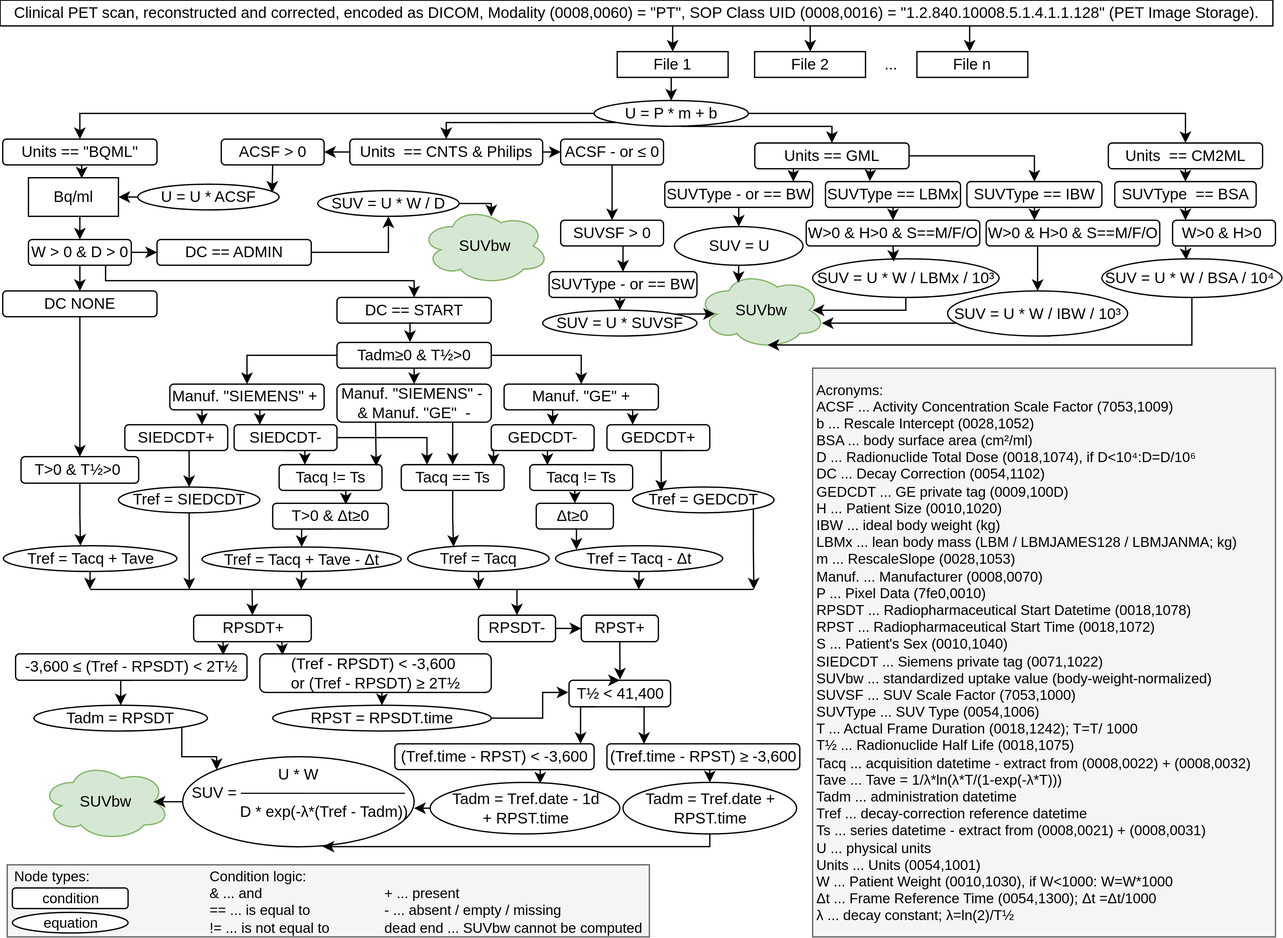
oncoray/suv_computation keeps this draw.io diagram as docs/Suppl_fig_1-SUV_computation_diagram_PET.svg. Above is the earlier version. Source tidied: cells renumbered, new cells last; positions are measured from the earlier drawing's top-left corner, leaving out a move shared by most shapes.
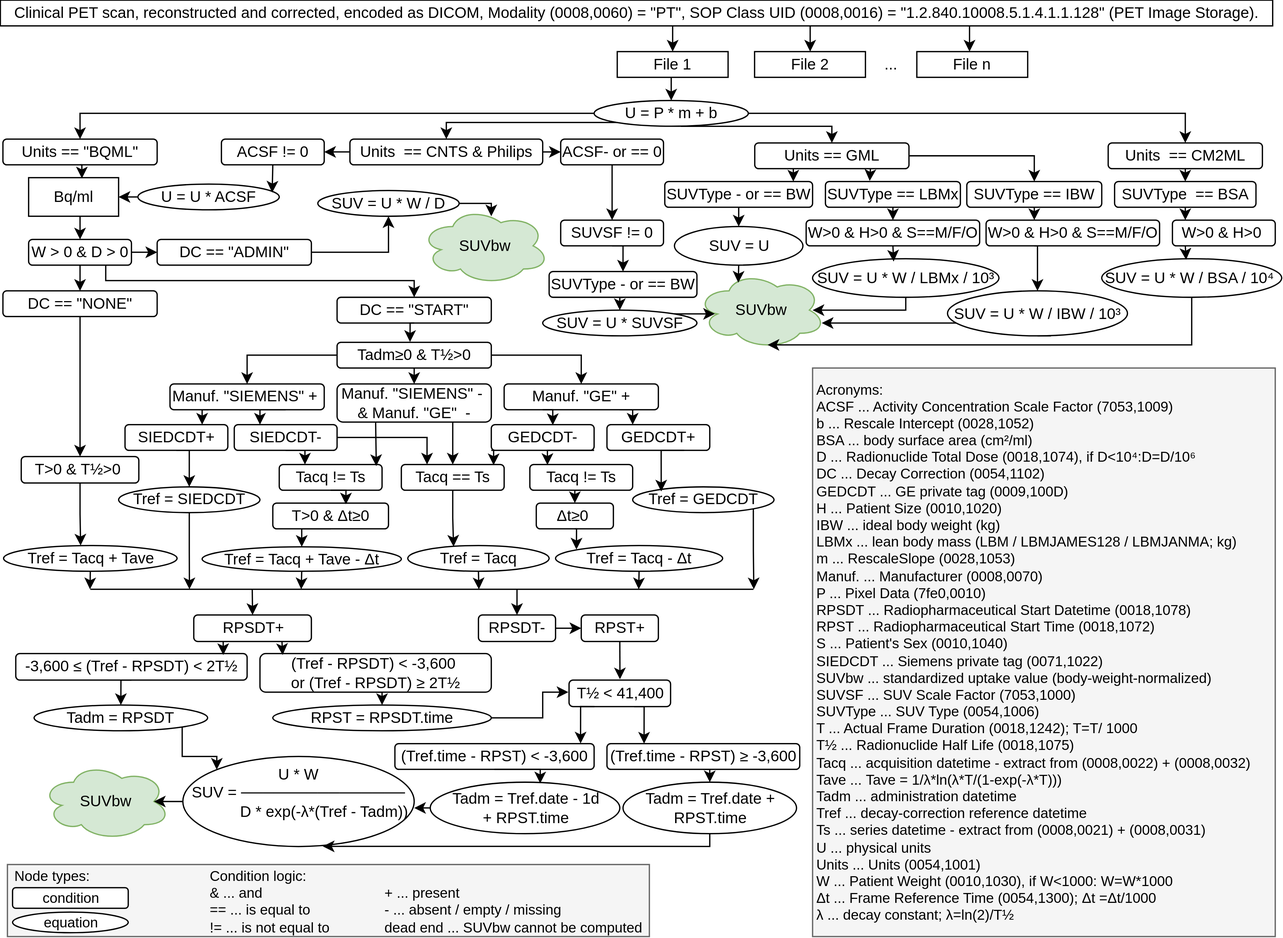
The same diagram one commit later.

Change to the diagram source:
```diff
@@ -34,19 +34,19 @@
     <mxCell id="11" value="Units&amp;nbsp; == CNTS &amp;amp; Philips" style="rounded=1;whiteSpace=wrap;html=1;" parent="1" vertex="1">
       <mxGeometry x="272" y="108" width="150" height="20" as="geometry" />
     </mxCell>
-    <mxCell id="12" value="ACSF &amp;gt; 0" style="rounded=1;whiteSpace=wrap;html=1;" parent="1" vertex="1">
+    <mxCell id="12" value="ACSF != 0" style="rounded=1;whiteSpace=wrap;html=1;" parent="1" vertex="1">
       <mxGeometry x="172" y="108" width="80" height="20" as="geometry" />
     </mxCell>
     <mxCell id="13" style="edgeStyle=orthogonalEdgeStyle;rounded=0;jettySize=auto;html=1;exitX=0.5;exitY=1;exitDx=0;exitDy=0;entryX=0.5;entryY=0;entryDx=0;entryDy=0;" parent="1" edge="1" source="14" target="16">
       <mxGeometry relative="1" as="geometry" />
     </mxCell>
-    <mxCell id="14" value="ACSF - or ≤ 0" style="rounded=1;whiteSpace=wrap;html=1;" parent="1" vertex="1">
+    <mxCell id="14" value="ACSF- or == 0" style="rounded=1;whiteSpace=wrap;html=1;" parent="1" vertex="1">
       <mxGeometry x="436" y="108" width="80" height="20" as="geometry" />
     </mxCell>
     <mxCell id="15" style="edgeStyle=orthogonalEdgeStyle;rounded=0;jettySize=auto;html=1;exitX=0.5;exitY=1;exitDx=0;exitDy=0;entryX=0.5;entryY=0;entryDx=0;entryDy=0;" parent="1" edge="1" source="16" target="113">
       <mxGeometry relative="1" as="geometry" />
     </mxCell>
-    <mxCell id="16" value="SUVSF &amp;gt; 0" style="rounded=1;whiteSpace=wrap;html=1;" parent="1" vertex="1">
+    <mxCell id="16" value="SUVSF != 0" style="rounded=1;whiteSpace=wrap;html=1;" parent="1" vertex="1">
       <mxGeometry x="436" y="171" width="80" height="20" as="geometry" />
     </mxCell>
     <mxCell id="17" style="edgeStyle=orthogonalEdgeStyle;rounded=0;orthogonalLoop=1;jettySize=auto;html=1;exitX=0;exitY=0.5;exitDx=0;exitDy=0;entryX=1;entryY=0.5;entryDx=0;entryDy=0;" parent="1" edge="1">
@@ -162,16 +162,16 @@
     <mxCell id="41" style="edgeStyle=orthogonalEdgeStyle;rounded=0;jettySize=auto;html=1;exitX=1;exitY=0.5;exitDx=0;exitDy=0;entryX=0.5;entryY=1;entryDx=0;entryDy=0;" parent="1" edge="1" source="42" target="118">
       <mxGeometry relative="1" as="geometry" />
     </mxCell>
-    <mxCell id="42" value="DC == ADMIN" style="rounded=1;whiteSpace=wrap;html=1;" parent="1" vertex="1">
+    <mxCell id="42" value="DC == &quot;ADMIN&quot;" style="rounded=1;whiteSpace=wrap;html=1;" parent="1" vertex="1">
       <mxGeometry x="122" y="186" width="120" height="20" as="geometry" />
     </mxCell>
     <mxCell id="43" style="edgeStyle=orthogonalEdgeStyle;rounded=0;jettySize=auto;html=1;exitX=0.464;exitY=0.99;exitDx=0;exitDy=0;entryX=0.5;entryY=0;entryDx=0;entryDy=0;exitPerimeter=0;" parent="1" edge="1" source="106" target="50">
       <mxGeometry relative="1" as="geometry" />
     </mxCell>
-    <mxCell id="44" value="DC == START" style="rounded=1;whiteSpace=wrap;html=1;" parent="1" vertex="1">
+    <mxCell id="44" value="DC == &quot;START&quot;" style="rounded=1;whiteSpace=wrap;html=1;" parent="1" vertex="1">
       <mxGeometry x="262" y="231" width="120" height="20" as="geometry" />
     </mxCell>
-    <mxCell id="45" value="DC NONE" style="rounded=1;whiteSpace=wrap;html=1;" parent="1" vertex="1">
+    <mxCell id="45" value="DC == &quot;NONE&quot;" style="rounded=1;whiteSpace=wrap;html=1;" parent="1" vertex="1">
       <mxGeometry x="2" y="226" width="120" height="20" as="geometry" />
     </mxCell>
     <mxCell id="46" style="edgeStyle=orthogonalEdgeStyle;rounded=0;jettySize=auto;html=1;exitX=0.25;exitY=1;exitDx=0;exitDy=0;entryX=0.75;entryY=0;entryDx=0;entryDy=0;" parent="1" edge="1" source="48" target="54">
```
